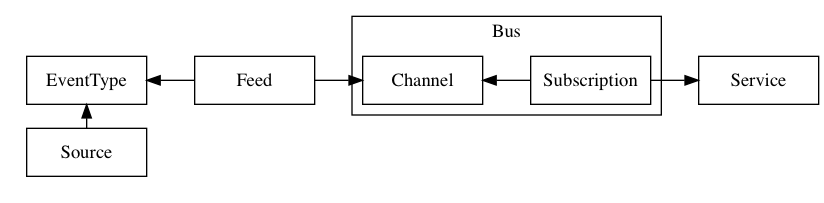
knative/eventing keeps this Graphviz diagram as docs/spec/images/overview-reference.png. Above is the earlier version. Its source is kept beside it as docs/spec/images/overview-reference.dot. The source it was exported from:
```dot
digraph G {
  ordering = out;
  rankdir = LR;

  node [shape=rectangle; width=1.25; height=.5; fixedsize=true;]

  subgraph cluster_A {
    Source -> EventType;
    color=white;
    {rank = same; Source; EventType}
  }

  subgraph cluster_B {
    Channel
    Subscription;
    label = "Bus";
    color=black;
  }

  EventType -> Feed [dir=back];
  Feed -> Channel;

  Subscription -> Service;
  Channel -> Subscription [dir=back];

  {rank = max; Service;}
}
```
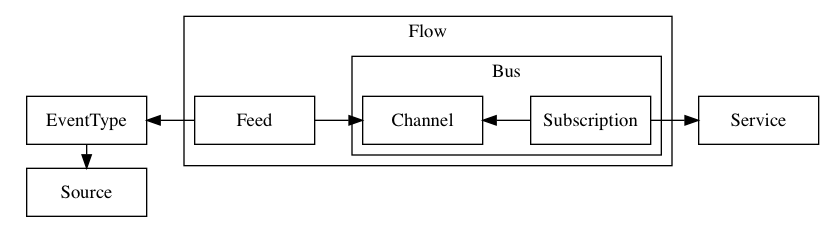
Later version of the same file.

Change to the diagram source:
```diff
@@ -5,18 +5,21 @@
   node [shape=rectangle; width=1.25; height=.5; fixedsize=true;]
 
   subgraph cluster_A {
-    Source -> EventType;
+    Source -> EventType [dir=back];
     color=white;
     {rank = same; Source; EventType}
   }
 
-  subgraph cluster_B {
-    Channel
-    Subscription;
-    label = "Bus";
-    color=black;
+  subgraph cluster_C {
+    Feed;
+    subgraph cluster_B {
+      Channel
+      Subscription;
+      label = "Bus";
+      color=black;
+    }
+    label = "Flow";
   }
-
   EventType -> Feed [dir=back];
   Feed -> Channel;
 
```
